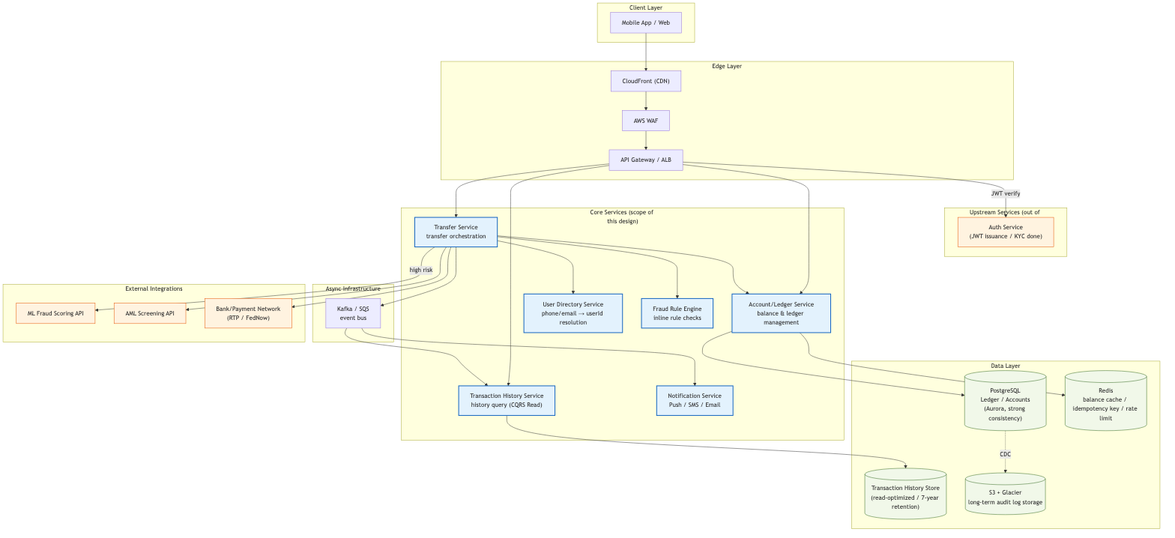
The Mermaid diagram 1-p2p-transaction/architecture-overview.png in masayukitanaka/system-designs, before a commit. Its source is kept beside it as 1-p2p-transaction/diagrams/architecture-overview.mmd.
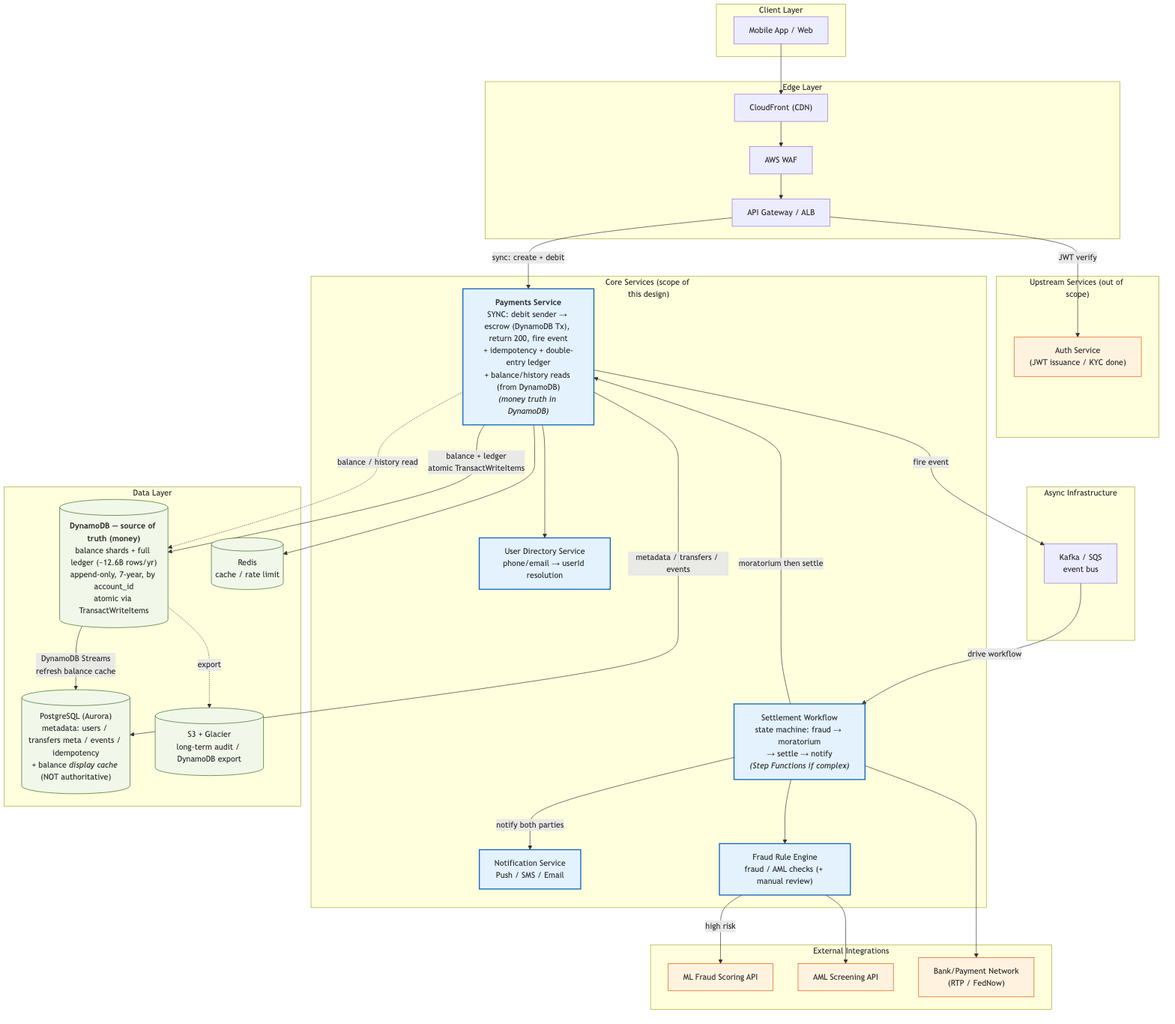
The same file after the commit.

What changed in the source:
```diff
@@ -14,12 +14,11 @@
     end
 
     subgraph Core["コアサービス (本設計のスコープ)"]
-        TRANSFER["Transfer Service<br/>送金オーケストレーション"]
-        ACCOUNT["Account/Ledger Service<br/>残高・台帳管理"]
+        PAYMENTS["<b>Payments Service</b><br/>同期: 送金者→escrowへ減算 (DynamoDB Tx), 200返却, イベント発火<br/>+ 冪等性 + 二重仕訳台帳<br/>+ 残高/履歴の読取 (DynamoDBから)<br/><i>(金額の真実はDynamoDB)</i>"]
+        WF["Settlement Workflow<br/>ステートマシン: fraud → モラトリアム<br/>→ 振込確定 → 通知<br/><i>(複雑なら Step Functions)</i>"]
         USER["User Directory Service<br/>電話/Email → userId 解決"]
-        TXHIST["Transaction History Service<br/>履歴照会 (CQRS Read)"]
         NOTIFY["Notification Service<br/>Push / SMS / Email"]
-        FRAUD["Fraud Rule Engine<br/>インライン ルールチェック"]
+        FRAUD["Fraud Rule Engine<br/>fraud / AML チェック (+ 人手承認)"]
     end
 
     subgraph Async["非同期基盤"]
@@ -27,10 +26,10 @@
     end
 
     subgraph Data["データ層"]
-        LEDGERDB[("PostgreSQL<br/>Ledger / Accounts<br/>(Aurora, 強整合)")]
-        TXDB[("取引履歴 Store<br/>(読取最適化 / 7年保持)")]
-        CACHE[("Redis<br/>残高キャッシュ / 冪等キー / レート制限")]
-        ARCHIVE[("S3 + Glacier<br/>監査ログ長期保管")]
+        DDB[("<b>DynamoDB — 正 (金額)</b><br/>残高シャード + 全台帳 (約126億行/年)<br/>追記専用, 7年, account_id別<br/>TransactWriteItemsで原子的")]
+        LEDGERDB[("PostgreSQL (Aurora)<br/>メタデータ: users / transfersメタ / events / idempotency<br/>+ 残高<i>表示キャッシュ</i> (正ではない)")]
+        CACHE[("Redis<br/>キャッシュ / レート制限")]
+        ARCHIVE[("S3 + Glacier<br/>監査長期保管 / DynamoDBエクスポート")]
     end
 
     subgraph External["外部連携"]
@@ -41,28 +40,30 @@
 
     MOBILE --> CDN --> WAF --> APIGW
     APIGW -->|JWT検証| AUTH
-    APIGW --> TRANSFER
-    APIGW --> TXHIST
-    APIGW --> ACCOUNT
+    APIGW -->|同期: 作成 + 減算| PAYMENTS
 
-    TRANSFER --> USER
-    TRANSFER --> FRAUD
-    TRANSFER --> ACCOUNT
-    TRANSFER -->|高リスク時| ML
-    TRANSFER --> AML
-    TRANSFER --> BANK
-    TRANSFER --> MQ
+    PAYMENTS --> USER
+    PAYMENTS --> CACHE
+    PAYMENTS -->|残高 + 台帳<br/>原子的 TransactWriteItems| DDB
+    PAYMENTS -.残高 / 履歴 読取.-> DDB
+    PAYMENTS -->|メタデータ / transfers / events| LEDGERDB
+    PAYMENTS -->|イベント発火| MQ
 
-    ACCOUNT --> LEDGERDB
-    ACCOUNT --> CACHE
-    MQ --> TXHIST
-    MQ --> NOTIFY
-    TXHIST --> TXDB
-    LEDGERDB -.CDC.-> ARCHIVE
+    MQ -->|ワークフロー駆動| WF
+    WF --> FRAUD
+    WF -->|モラトリアム後に振込確定| PAYMENTS
+    WF --> BANK
+    WF -->|両者へ通知| NOTIFY
+
+    FRAUD -->|高リスク時| ML
+    FRAUD --> AML
+
+    DDB -->|DynamoDB Streams<br/>残高キャッシュ更新| LEDGERDB
+    DDB -.エクスポート.-> ARCHIVE
 
     classDef scope fill:#e3f2fd,stroke:#1565c0,stroke-width:2px;
     classDef ext fill:#fff3e0,stroke:#e65100,stroke-width:1px;
     classDef data fill:#f1f8e9,stroke:#33691e,stroke-width:1px;
-    class TRANSFER,ACCOUNT,USER,TXHIST,NOTIFY,FRAUD scope;
+    class PAYMENTS,WF,USER,NOTIFY,FRAUD scope;
     class ML,AML,BANK,AUTH ext;
-    class LEDGERDB,TXDB,CACHE,ARCHIVE data;
+    class DDB,LEDGERDB,CACHE,ARCHIVE data;
```
